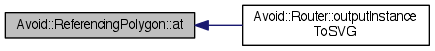
Before: documentation/classAvoid_1_1ReferencingPolygon_a908d6fc6a1af577e7ab28be440329747_icgraph.png, a diagram exported from Graphviz (mjwybrow/adaptagrams). Its source is kept beside it as documentation/classAvoid_1_1ReferencingPolygon_a908d6fc6a1af577e7ab28be440329747_icgraph.dot.
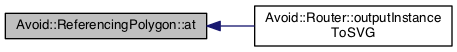
The same diagram one commit later.

What changed in the source:
```diff
@@ -3,7 +3,7 @@
   edge [fontname="Helvetica",fontsize="10",labelfontname="Helvetica",labelfontsize="10"];
   node [fontname="Helvetica",fontsize="10",shape=record];
   rankdir="LR";
-  Node1 [label="Avoid::ReferencingPolygon::at",height=0.2,width=0.4,color="black", fillcolor="grey75", style="filled" fontcolor="black"];
+  Node1 [label="Avoid::ReferencingPolygon::at",height=0.2,width=0.4,color="black", fillcolor="grey75", style="filled", fontcolor="black"];
   Node1 -> Node2 [dir="back",color="midnightblue",fontsize="10",style="solid",fontname="Helvetica"];
   Node2 [label="Avoid::Router::outputInstance\lToSVG",height=0.2,width=0.4,color="black", fillcolor="white", style="filled",URL="$classAvoid_1_1Router.html#a458aae2d6447e0958e4916a8c29bbb47",tooltip="Generates an SVG file containing debug output and code that can be used to regenerate the instance..."];
 }
```
